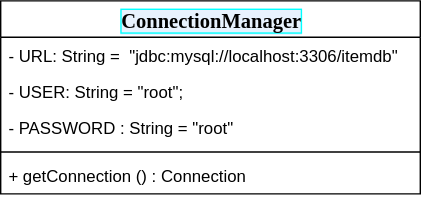
Before: ClassDiagram/ConnectionManager.drawio.svg, a diagram exported from draw.io (comsize-honiden/TaskManager62). Source tidied: cells renumbered, new cells last; positions are measured from the earlier drawing's top-left corner, leaving out a move shared by most shapes. Source of this version:
```xml
<mxGraphModel>
  <root>
    <mxCell id="0" />
    <mxCell id="1" parent="0" />
    <mxCell id="2" value="&lt;div style=&quot;background-color:#ffffff;padding:0px 0px 0px 2px;&quot;&gt;&lt;div style=&quot;font-family: &amp;quot;ＭＳ ゴシック&amp;quot;; font-size: 11pt; white-space: pre;&quot;&gt;&lt;p style=&quot;background-color:#e8f2fe;margin:0;&quot;&gt;&lt;span style=&quot;border: 1pt solid rgb(0, 255, 255);&quot;&gt;ConnectionManager&lt;/span&gt;&lt;/p&gt;&lt;/div&gt;&lt;/div&gt;" style="swimlane;fontStyle=1;align=center;verticalAlign=top;horizontal=1;startSize=26;whiteSpace=wrap;html=1;strokeWidth=1;" parent="1" vertex="1">
      <mxGeometry width="300" height="138" as="geometry" />
    </mxCell>
    <mxCell id="3" value="- URL: String =&amp;nbsp; &quot;jdbc:mysql://localhost:3306/itemdb&quot;" style="text;strokeColor=none;fillColor=none;align=left;verticalAlign=top;spacingLeft=4;spacingRight=4;overflow=hidden;whiteSpace=wrap;html=1;strokeWidth=1;" parent="2" vertex="1">
      <mxGeometry y="26" width="300" height="26" as="geometry" />
    </mxCell>
    <mxCell id="4" value="- USER: String = &quot;root&quot;;" style="text;strokeColor=none;fillColor=none;align=left;verticalAlign=top;spacingLeft=4;spacingRight=4;overflow=hidden;whiteSpace=wrap;html=1;strokeWidth=1;" parent="2" vertex="1">
      <mxGeometry y="52" width="300" height="26" as="geometry" />
    </mxCell>
    <mxCell id="5" value="- PASSWORD : String = &quot;root&quot;" style="text;strokeColor=none;fillColor=none;align=left;verticalAlign=top;spacingLeft=4;spacingRight=4;overflow=hidden;whiteSpace=wrap;html=1;strokeWidth=1;" parent="2" vertex="1">
      <mxGeometry y="78" width="300" height="26" as="geometry" />
    </mxCell>
    <mxCell id="6" style="line;strokeWidth=1;fillColor=none;align=left;verticalAlign=middle;spacingTop=-1;spacingLeft=3;spacingRight=3;labelPosition=right;strokeColor=inherit;" parent="2" vertex="1">
      <mxGeometry y="104" width="300" height="8" as="geometry" />
    </mxCell>
    <mxCell id="7" value="+ getConnection () : Connection" style="text;strokeColor=none;fillColor=none;align=left;verticalAlign=top;spacingLeft=4;spacingRight=4;overflow=hidden;whiteSpace=wrap;html=1;strokeWidth=1;" parent="2" vertex="1">
      <mxGeometry y="112" width="300" height="26" as="geometry" />
    </mxCell>
  </root>
</mxGraphModel>
```
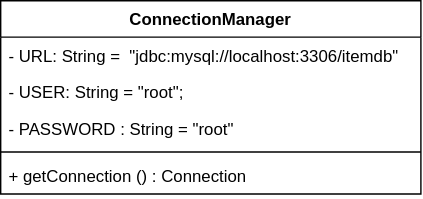
The same diagram one commit later.

The edit, as a diff of the source:
```diff
@@ -2,7 +2,7 @@
   <root>
     <mxCell id="0" />
     <mxCell id="1" parent="0" />
-    <mxCell id="2" value="&lt;div style=&quot;background-color:#ffffff;padding:0px 0px 0px 2px;&quot;&gt;&lt;div style=&quot;font-family: &amp;quot;ＭＳ ゴシック&amp;quot;; font-size: 11pt; white-space: pre;&quot;&gt;&lt;p style=&quot;background-color:#e8f2fe;margin:0;&quot;&gt;&lt;span style=&quot;border: 1pt solid rgb(0, 255, 255);&quot;&gt;ConnectionManager&lt;/span&gt;&lt;/p&gt;&lt;/div&gt;&lt;/div&gt;" style="swimlane;fontStyle=1;align=center;verticalAlign=top;horizontal=1;startSize=26;whiteSpace=wrap;html=1;strokeWidth=1;" parent="1" vertex="1">
+    <mxCell id="2" value="ConnectionManager" style="swimlane;fontStyle=1;align=center;verticalAlign=top;horizontal=1;startSize=26;whiteSpace=wrap;html=1;strokeWidth=1;" parent="1" vertex="1">
       <mxGeometry width="300" height="138" as="geometry" />
     </mxCell>
     <mxCell id="3" value="- URL: String =&amp;nbsp; &quot;jdbc:mysql://localhost:3306/itemdb&quot;" style="text;strokeColor=none;fillColor=none;align=left;verticalAlign=top;spacingLeft=4;spacingRight=4;overflow=hidden;whiteSpace=wrap;html=1;strokeWidth=1;" parent="2" vertex="1">
```
